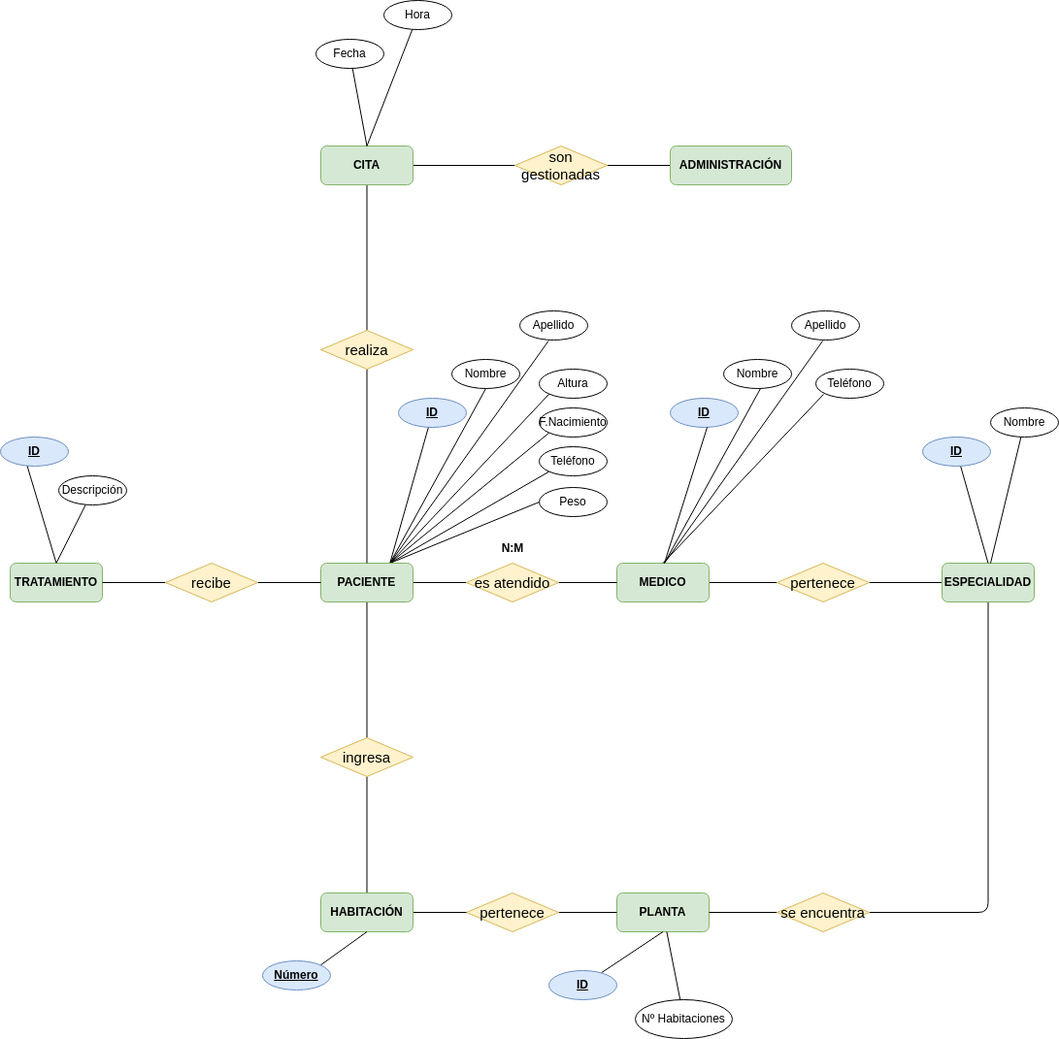
Above: entidad_relacion.drawio.png in dawproyectos/proyecto_bae (draw.io), before the change. Source tidied: cells renumbered, new cells last; positions are measured from the earlier drawing's top-left corner, leaving out a move shared by most shapes.
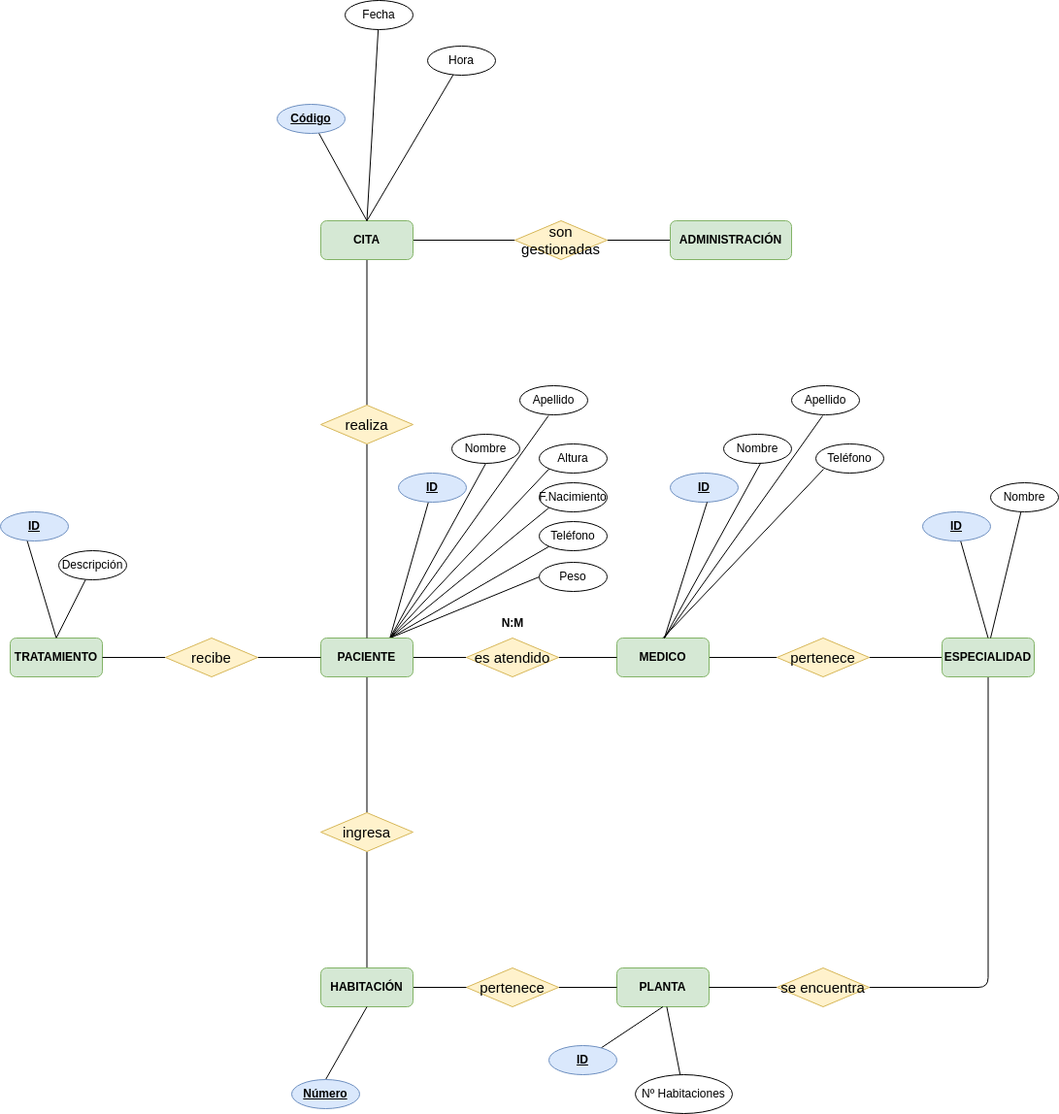
The same file after the commit.

Diff of the diagram source:
```diff
@@ -199,13 +199,13 @@
       <mxGeometry relative="1" as="geometry" />
     </mxCell>
     <mxCell id="63" value="Fecha" style="ellipse;whiteSpace=wrap;html=1;" parent="1" vertex="1">
-      <mxGeometry x="325" y="40" width="70" height="30" as="geometry" />
+      <mxGeometry x="355" y="-77" width="70" height="30" as="geometry" />
     </mxCell>
     <mxCell id="64" style="rounded=0;jettySize=auto;html=1;entryX=0.5;entryY=0;entryDx=0;entryDy=0;endArrow=none;endFill=0;" parent="1" edge="1" source="65" target="29">
       <mxGeometry relative="1" as="geometry" />
     </mxCell>
     <mxCell id="65" value="Hora" style="ellipse;whiteSpace=wrap;html=1;" parent="1" vertex="1">
-      <mxGeometry x="395" width="70" height="30" as="geometry" />
+      <mxGeometry x="440" y="-30" width="70" height="30" as="geometry" />
     </mxCell>
     <mxCell id="66" style="rounded=0;jettySize=auto;html=1;entryX=0.5;entryY=1;entryDx=0;entryDy=0;endArrow=none;endFill=0;" parent="1" edge="1" source="67" target="20">
       <mxGeometry relative="1" as="geometry" />
@@ -219,11 +219,11 @@
     <mxCell id="69" value="Nº Habitaciones" style="ellipse;whiteSpace=wrap;html=1;" parent="1" vertex="1">
       <mxGeometry x="654" y="1030" width="100" height="40" as="geometry" />
     </mxCell>
-    <mxCell id="70" style="rounded=0;jettySize=auto;html=1;exitX=1;exitY=0;exitDx=0;exitDy=0;entryX=0.5;entryY=1;entryDx=0;entryDy=0;endArrow=none;endFill=0;" parent="1" edge="1" source="71" target="41">
+    <mxCell id="70" style="rounded=0;jettySize=auto;html=1;exitX=0.5;exitY=0;exitDx=0;exitDy=0;entryX=0.5;entryY=1;entryDx=0;entryDy=0;endArrow=none;endFill=0;" parent="1" edge="1" source="71" target="41">
       <mxGeometry relative="1" as="geometry" />
     </mxCell>
     <mxCell id="71" value="Número" style="ellipse;whiteSpace=wrap;html=1;fontStyle=5;fillColor=#dae8fc;strokeColor=#6c8ebf;" parent="1" vertex="1">
-      <mxGeometry x="270" y="990" width="70" height="30" as="geometry" />
+      <mxGeometry x="300" y="1035" width="70" height="30" as="geometry" />
     </mxCell>
     <mxCell id="72" style="rounded=0;jettySize=auto;html=1;entryX=0.5;entryY=0;entryDx=0;entryDy=0;endArrow=none;endFill=0;" parent="1" edge="1" source="73" target="24">
       <mxGeometry relative="1" as="geometry" />
@@ -234,5 +234,11 @@
     <mxCell id="74" value="&lt;b&gt;&lt;u&gt;ID&lt;/u&gt;&lt;/b&gt;" style="ellipse;whiteSpace=wrap;html=1;fillColor=#dae8fc;strokeColor=#6c8ebf;" parent="1" vertex="1">
       <mxGeometry y="450" width="70" height="30" as="geometry" />
     </mxCell>
+    <mxCell id="75" style="rounded=0;jettySize=auto;html=1;entryX=0.5;entryY=0;entryDx=0;entryDy=0;endArrow=none;endFill=0;" parent="1" edge="1" source="76" target="29">
+      <mxGeometry relative="1" as="geometry" />
+    </mxCell>
+    <mxCell id="76" value="Código" style="ellipse;whiteSpace=wrap;html=1;fillColor=#dae8fc;strokeColor=#6c8ebf;fontStyle=5;" parent="1" vertex="1">
+      <mxGeometry x="285" y="30" width="70" height="30" as="geometry" />
+    </mxCell>
   </root>
 </mxGraphModel>
```
